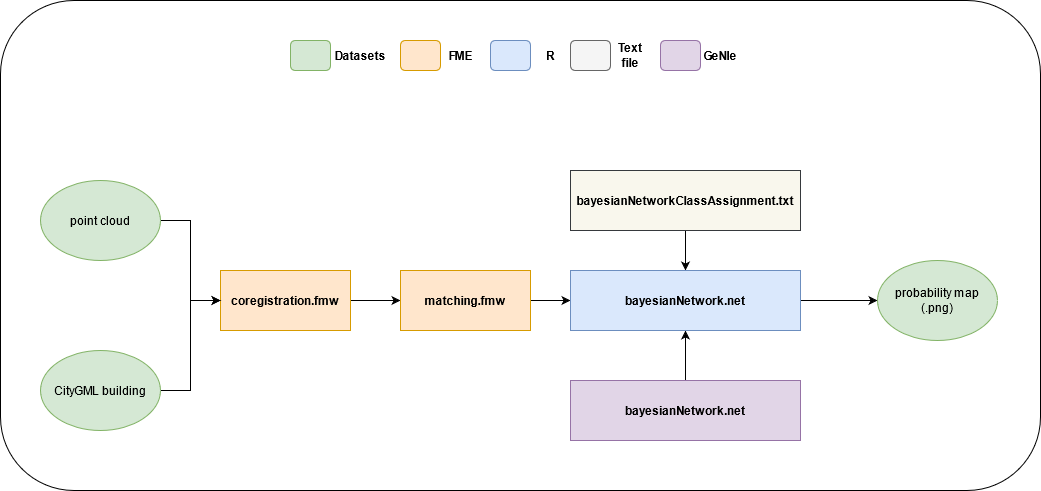
This is img/3dgeoinfoImplementationOverview.png from OloOcki/fusing-mls-with-blds, a draw.io export, as it was before one commit. Source tidied: cells renumbered, new cells last; positions are measured from the earlier drawing's top-left corner, leaving out a move shared by most shapes.
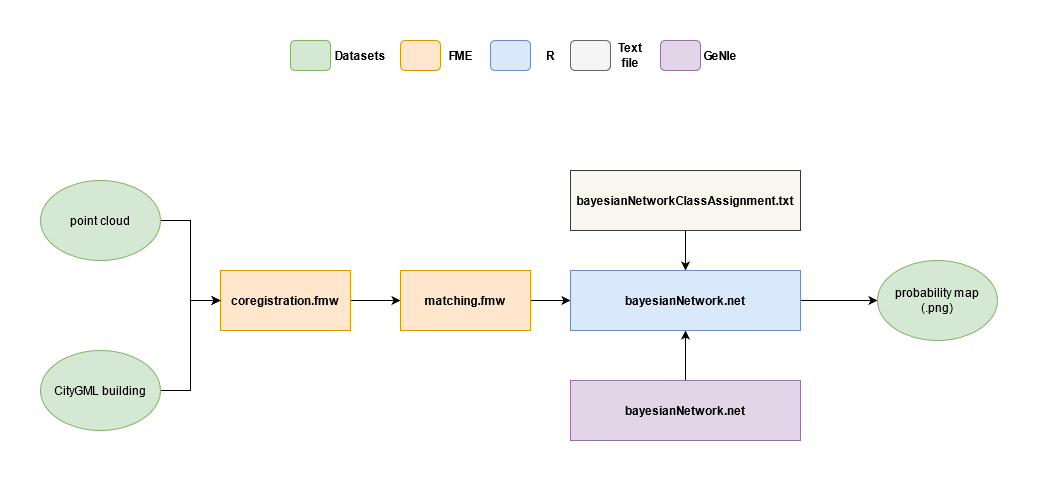
The same diagram one commit later.

The edit, as a diff of the source:
```diff
@@ -2,7 +2,7 @@
   <root>
     <mxCell id="0" />
     <mxCell id="1" parent="0" />
-    <mxCell id="2" style="rounded=1;whiteSpace=wrap;html=1;" parent="1" vertex="1">
+    <mxCell id="2" style="rounded=1;whiteSpace=wrap;html=1;strokeColor=none;" parent="1" vertex="1">
       <mxGeometry width="1040" height="490" as="geometry" />
     </mxCell>
     <mxCell id="3" style="edgeStyle=orthogonalEdgeStyle;rounded=0;jettySize=auto;html=1;entryX=0;entryY=0.5;entryDx=0;entryDy=0;" parent="1" edge="1" source="4" target="6">
```
